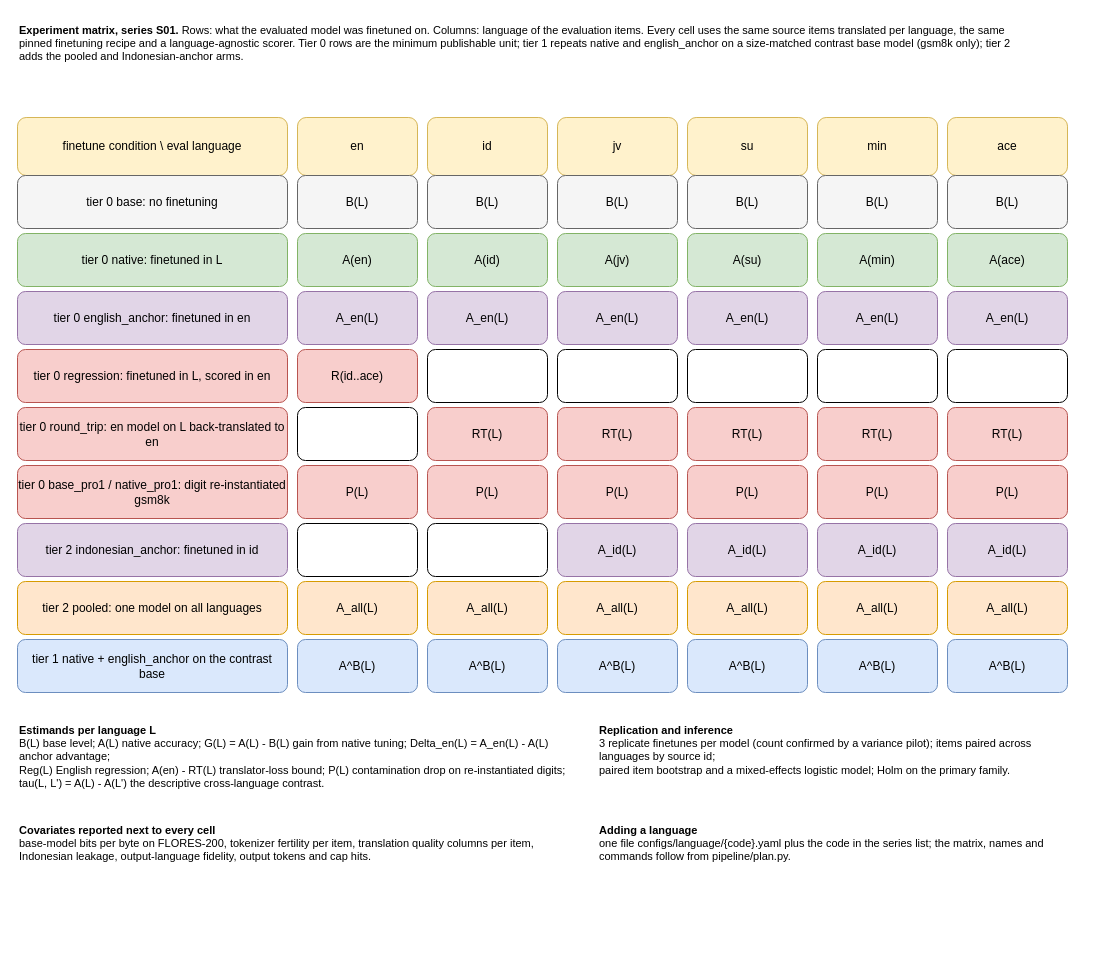
Before: docs/diagrams/language_medium_design.drawio in sanggusti/qc_native_preference_tuning, a draw.io diagram. Source tidied: cells renumbered, new cells numbered last; positions are measured from the earlier drawing's top-left corner, leaving out a move shared by most shapes. Both pictures are drawn from the tidied source at 100%, with x=0, y=0 at pixel (17, 17).
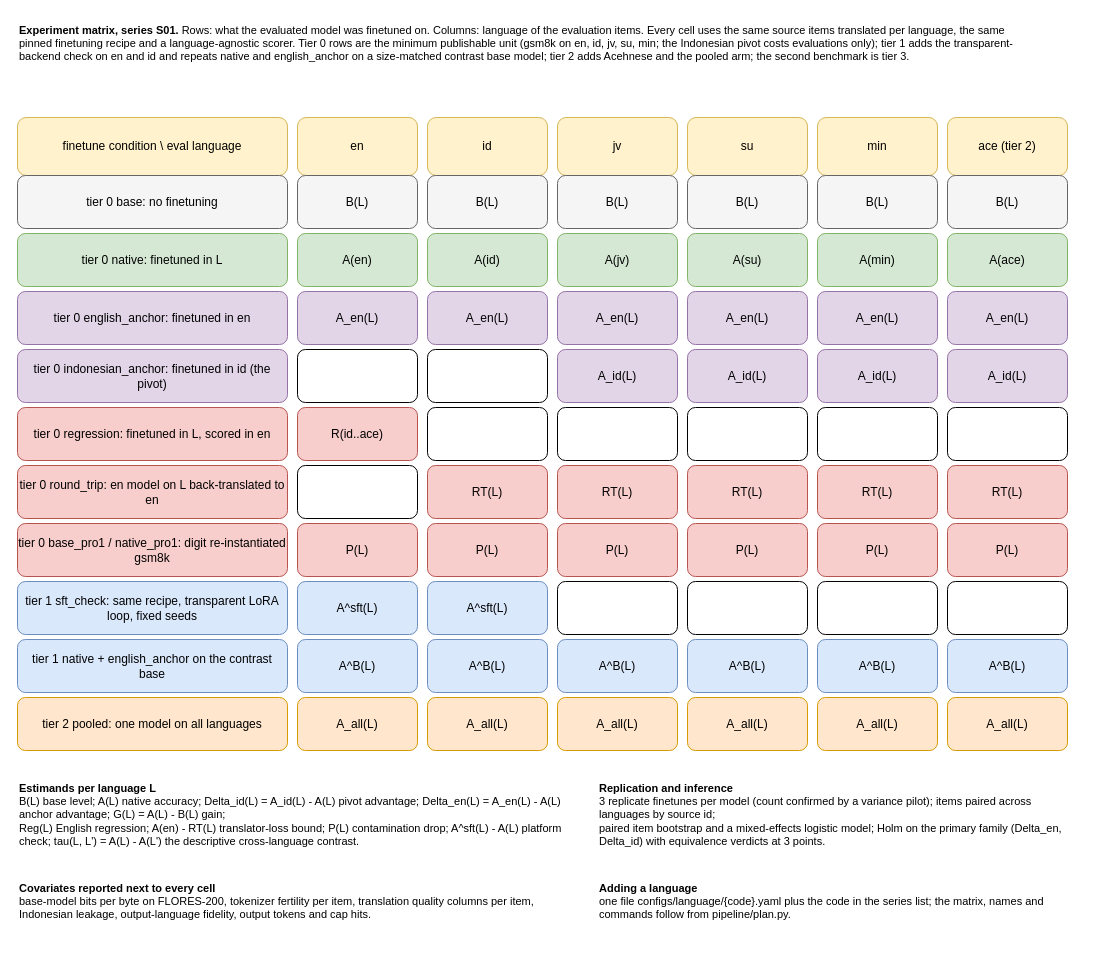
Above is the later version.

Diff of the diagram source:
```diff
@@
-    <mxCell id="2" value="&lt;b&gt;Experiment matrix, series S01.&lt;/b&gt; Rows: what the evaluated model was finetuned on. Columns: language of the evaluation items. Every cell uses the same source items translated per language, the same pinned finetuning recipe and a language-agnostic scorer. Tier 0 rows are the minimum publishable unit; tier 1 repeats native and english_anchor on a size-matched contrast base model (gsm8k only); tier 2 adds the pooled and Indonesian-anchor arms." style="text;html=1;whiteSpace=wrap;align=left;verticalAlign=top;fontSize=11;" parent="1" vertex="1">
+    <mxCell id="2" value="&lt;b&gt;Experiment matrix, series S01.&lt;/b&gt; Rows: what the evaluated model was finetuned on. Columns: language of the evaluation items. Every cell uses the same source items translated per language, the same pinned finetuning recipe and a language-agnostic scorer. Tier 0 rows are the minimum publishable unit (gsm8k on en, id, jv, su, min; the Indonesian pivot costs evaluations only); tier 1 adds the transparent-backend check on en and id and repeats native and english_anchor on a size-matched contrast base model; tier 2 adds Acehnese and the pooled arm; the second benchmark is tier 3." style="text;html=1;whiteSpace=wrap;align=left;verticalAlign=top;fontSize=11;" parent="1" vertex="1">
       <mxGeometry width="1000" height="80" as="geometry" />
     </mxCell>
@@
-    <mxCell id="9" value="ace" style="rounded=1;whiteSpace=wrap;html=1;fontSize=12;fillColor=#fff2cc;strokeColor=#d6b656;" parent="1" vertex="1">
+    <mxCell id="9" value="ace (tier 2)" style="rounded=1;whiteSpace=wrap;html=1;fontSize=12;fillColor=#fff2cc;strokeColor=#d6b656;" parent="1" vertex="1">
       <mxGeometry x="930" y="100" width="120" height="58" as="geometry" />
     </mxCell>
@@
-    <mxCell id="31" value="tier 0  regression: finetuned in L, scored in en" style="rounded=1;whiteSpace=wrap;html=1;fontSize=12;fillColor=#f8cecc;strokeColor=#b85450;" parent="1" vertex="1">
+    <mxCell id="31" value="tier 0  indonesian_anchor: finetuned in id (the pivot)" style="rounded=1;whiteSpace=wrap;html=1;fontSize=12;fillColor=#e1d5e7;strokeColor=#9673a6;" parent="1" vertex="1">
       <mxGeometry y="332" width="270" height="53" as="geometry" />
     </mxCell>
-    <mxCell id="32" value="R(id..ace)" style="rounded=1;whiteSpace=wrap;html=1;fontSize=12;fillColor=#f8cecc;strokeColor=#b85450;" parent="1" vertex="1">
+    <mxCell id="32" style="rounded=1;whiteSpace=wrap;html=1;fontSize=12;fillColor=#ffffff;strokeColor=#000000;" parent="1" vertex="1">
       <mxGeometry x="280" y="332" width="120" height="53" as="geometry" />
     </mxCell>
@@
-    <mxCell id="34" style="rounded=1;whiteSpace=wrap;html=1;fontSize=12;fillColor=#ffffff;strokeColor=#000000;" parent="1" vertex="1">
+    <mxCell id="34" value="A_id(L)" style="rounded=1;whiteSpace=wrap;html=1;fontSize=12;fillColor=#e1d5e7;strokeColor=#9673a6;" parent="1" vertex="1">
       <mxGeometry x="540" y="332" width="120" height="53" as="geometry" />
     </mxCell>
-    <mxCell id="35" style="rounded=1;whiteSpace=wrap;html=1;fontSize=12;fillColor=#ffffff;strokeColor=#000000;" parent="1" vertex="1">
+    <mxCell id="35" value="A_id(L)" style="rounded=1;whiteSpace=wrap;html=1;fontSize=12;fillColor=#e1d5e7;strokeColor=#9673a6;" parent="1" vertex="1">
       <mxGeometry x="670" y="332" width="120" height="53" as="geometry" />
     </mxCell>
-    <mxCell id="36" style="rounded=1;whiteSpace=wrap;html=1;fontSize=12;fillColor=#ffffff;strokeColor=#000000;" parent="1" vertex="1">
+    <mxCell id="36" value="A_id(L)" style="rounded=1;whiteSpace=wrap;html=1;fontSize=12;fillColor=#e1d5e7;strokeColor=#9673a6;" parent="1" vertex="1">
       <mxGeometry x="800" y="332" width="120" height="53" as="geometry" />
     </mxCell>
-    <mxCell id="37" style="rounded=1;whiteSpace=wrap;html=1;fontSize=12;fillColor=#ffffff;strokeColor=#000000;" parent="1" vertex="1">
+    <mxCell id="37" value="A_id(L)" style="rounded=1;whiteSpace=wrap;html=1;fontSize=12;fillColor=#e1d5e7;strokeColor=#9673a6;" parent="1" vertex="1">
       <mxGeometry x="930" y="332" width="120" height="53" as="geometry" />
     </mxCell>
-    <mxCell id="38" value="tier 0  round_trip: en model on L back-translated to en" style="rounded=1;whiteSpace=wrap;html=1;fontSize=12;fillColor=#f8cecc;strokeColor=#b85450;" parent="1" vertex="1">
+    <mxCell id="38" value="tier 0  regression: finetuned in L, scored in en" style="rounded=1;whiteSpace=wrap;html=1;fontSize=12;fillColor=#f8cecc;strokeColor=#b85450;" parent="1" vertex="1">
       <mxGeometry y="390" width="270" height="53" as="geometry" />
     </mxCell>
-    <mxCell id="39" style="rounded=1;whiteSpace=wrap;html=1;fontSize=12;fillColor=#ffffff;strokeColor=#000000;" parent="1" vertex="1">
+    <mxCell id="39" value="R(id..ace)" style="rounded=1;whiteSpace=wrap;html=1;fontSize=12;fillColor=#f8cecc;strokeColor=#b85450;" parent="1" vertex="1">
       <mxGeometry x="280" y="390" width="120" height="53" as="geometry" />
     </mxCell>
-    <mxCell id="40" value="RT(L)" style="rounded=1;whiteSpace=wrap;html=1;fontSize=12;fillColor=#f8cecc;strokeColor=#b85450;" parent="1" vertex="1">
+    <mxCell id="40" style="rounded=1;whiteSpace=wrap;html=1;fontSize=12;fillColor=#ffffff;strokeColor=#000000;" parent="1" vertex="1">
       <mxGeometry x="410" y="390" width="120" height="53" as="geometry" />
     </mxCell>
-    <mxCell id="41" value="RT(L)" style="rounded=1;whiteSpace=wrap;html=1;fontSize=12;fillColor=#f8cecc;strokeColor=#b85450;" parent="1" vertex="1">
+    <mxCell id="41" style="rounded=1;whiteSpace=wrap;html=1;fontSize=12;fillColor=#ffffff;strokeColor=#000000;" parent="1" vertex="1">
       <mxGeometry x="540" y="390" width="120" height="53" as="geometry" />
     </mxCell>
-    <mxCell id="42" value="RT(L)" style="rounded=1;whiteSpace=wrap;html=1;fontSize=12;fillColor=#f8cecc;strokeColor=#b85450;" parent="1" vertex="1">
+    <mxCell id="42" style="rounded=1;whiteSpace=wrap;html=1;fontSize=12;fillColor=#ffffff;strokeColor=#000000;" parent="1" vertex="1">
       <mxGeometry x="670" y="390" width="120" height="53" as="geometry" />
     </mxCell>
-    <mxCell id="43" value="RT(L)" style="rounded=1;whiteSpace=wrap;html=1;fontSize=12;fillColor=#f8cecc;strokeColor=#b85450;" parent="1" vertex="1">
+    <mxCell id="43" style="rounded=1;whiteSpace=wrap;html=1;fontSize=12;fillColor=#ffffff;strokeColor=#000000;" parent="1" vertex="1">
       <mxGeometry x="800" y="390" width="120" height="53" as="geometry" />
     </mxCell>
-    <mxCell id="44" value="RT(L)" style="rounded=1;whiteSpace=wrap;html=1;fontSize=12;fillColor=#f8cecc;strokeColor=#b85450;" parent="1" vertex="1">
+    <mxCell id="44" style="rounded=1;whiteSpace=wrap;html=1;fontSize=12;fillColor=#ffffff;strokeColor=#000000;" parent="1" vertex="1">
       <mxGeometry x="930" y="390" width="120" height="53" as="geometry" />
     </mxCell>
-    <mxCell id="45" value="tier 0  base_pro1 / native_pro1: digit re-instantiated gsm8k" style="rounded=1;whiteSpace=wrap;html=1;fontSize=12;fillColor=#f8cecc;strokeColor=#b85450;" parent="1" vertex="1">
+    <mxCell id="45" value="tier 0  round_trip: en model on L back-translated to en" style="rounded=1;whiteSpace=wrap;html=1;fontSize=12;fillColor=#f8cecc;strokeColor=#b85450;" parent="1" vertex="1">
       <mxGeometry y="448" width="270" height="53" as="geometry" />
     </mxCell>
-    <mxCell id="46" value="P(L)" style="rounded=1;whiteSpace=wrap;html=1;fontSize=12;fillColor=#f8cecc;strokeColor=#b85450;" parent="1" vertex="1">
+    <mxCell id="46" style="rounded=1;whiteSpace=wrap;html=1;fontSize=12;fillColor=#ffffff;strokeColor=#000000;" parent="1" vertex="1">
       <mxGeometry x="280" y="448" width="120" height="53" as="geometry" />
     </mxCell>
-    <mxCell id="47" value="P(L)" style="rounded=1;whiteSpace=wrap;html=1;fontSize=12;fillColor=#f8cecc;strokeColor=#b85450;" parent="1" vertex="1">
+    <mxCell id="47" value="RT(L)" style="rounded=1;whiteSpace=wrap;html=1;fontSize=12;fillColor=#f8cecc;strokeColor=#b85450;" parent="1" vertex="1">
       <mxGeometry x="410" y="448" width="120" height="53" as="geometry" />
     </mxCell>
-    <mxCell id="48" value="P(L)" style="rounded=1;whiteSpace=wrap;html=1;fontSize=12;fillColor=#f8cecc;strokeColor=#b85450;" parent="1" vertex="1">
+    <mxCell id="48" value="RT(L)" style="rounded=1;whiteSpace=wrap;html=1;fontSize=12;fillColor=#f8cecc;strokeColor=#b85450;" parent="1" vertex="1">
       <mxGeometry x="540" y="448" width="120" height="53" as="geometry" />
     </mxCell>
-    <mxCell id="49" value="P(L)" style="rounded=1;whiteSpace=wrap;html=1;fontSize=12;fillColor=#f8cecc;strokeColor=#b85450;" parent="1" vertex="1">
+    <mxCell id="49" value="RT(L)" style="rounded=1;whiteSpace=wrap;html=1;fontSize=12;fillColor=#f8cecc;strokeColor=#b85450;" parent="1" vertex="1">
       <mxGeometry x="670" y="448" width="120" height="53" as="geometry" />
     </mxCell>
-    <mxCell id="50" value="P(L)" style="rounded=1;whiteSpace=wrap;html=1;fontSize=12;fillColor=#f8cecc;strokeColor=#b85450;" parent="1" vertex="1">
+    <mxCell id="50" value="RT(L)" style="rounded=1;whiteSpace=wrap;html=1;fontSize=12;fillColor=#f8cecc;strokeColor=#b85450;" parent="1" vertex="1">
       <mxGeometry x="800" y="448" width="120" height="53" as="geometry" />
     </mxCell>
-    <mxCell id="51" value="P(L)" style="rounded=1;whiteSpace=wrap;html=1;fontSize=12;fillColor=#f8cecc;strokeColor=#b85450;" parent="1" vertex="1">
+    <mxCell id="51" value="RT(L)" style="rounded=1;whiteSpace=wrap;html=1;fontSize=12;fillColor=#f8cecc;strokeColor=#b85450;" parent="1" vertex="1">
       <mxGeometry x="930" y="448" width="120" height="53" as="geometry" />
     </mxCell>
-    <mxCell id="52" value="tier 2  indonesian_anchor: finetuned in id" style="rounded=1;whiteSpace=wrap;html=1;fontSize=12;fillColor=#e1d5e7;strokeColor=#9673a6;" parent="1" vertex="1">
+    <mxCell id="52" value="tier 0  base_pro1 / native_pro1: digit re-instantiated gsm8k" style="rounded=1;whiteSpace=wrap;html=1;fontSize=12;fillColor=#f8cecc;strokeColor=#b85450;" parent="1" vertex="1">
       <mxGeometry y="506" width="270" height="53" as="geometry" />
     </mxCell>
-    <mxCell id="53" style="rounded=1;whiteSpace=wrap;html=1;fontSize=12;fillColor=#ffffff;strokeColor=#000000;" parent="1" vertex="1">
+    <mxCell id="53" value="P(L)" style="rounded=1;whiteSpace=wrap;html=1;fontSize=12;fillColor=#f8cecc;strokeColor=#b85450;" parent="1" vertex="1">
       <mxGeometry x="280" y="506" width="120" height="53" as="geometry" />
     </mxCell>
-    <mxCell id="54" style="rounded=1;whiteSpace=wrap;html=1;fontSize=12;fillColor=#ffffff;strokeColor=#000000;" parent="1" vertex="1">
+    <mxCell id="54" value="P(L)" style="rounded=1;whiteSpace=wrap;html=1;fontSize=12;fillColor=#f8cecc;strokeColor=#b85450;" parent="1" vertex="1">
       <mxGeometry x="410" y="506" width="120" height="53" as="geometry" />
     </mxCell>
-    <mxCell id="55" value="A_id(L)" style="rounded=1;whiteSpace=wrap;html=1;fontSize=12;fillColor=#e1d5e7;strokeColor=#9673a6;" parent="1" vertex="1">
+    <mxCell id="55" value="P(L)" style="rounded=1;whiteSpace=wrap;html=1;fontSize=12;fillColor=#f8cecc;strokeColor=#b85450;" parent="1" vertex="1">
       <mxGeometry x="540" y="506" width="120" height="53" as="geometry" />
     </mxCell>
-    <mxCell id="56" value="A_id(L)" style="rounded=1;whiteSpace=wrap;html=1;fontSize=12;fillColor=#e1d5e7;strokeColor=#9673a6;" parent="1" vertex="1">
+    <mxCell id="56" value="P(L)" style="rounded=1;whiteSpace=wrap;html=1;fontSize=12;fillColor=#f8cecc;strokeColor=#b85450;" parent="1" vertex="1">
       <mxGeometry x="670" y="506" width="120" height="53" as="geometry" />
     </mxCell>
-    <mxCell id="57" value="A_id(L)" style="rounded=1;whiteSpace=wrap;html=1;fontSize=12;fillColor=#e1d5e7;strokeColor=#9673a6;" parent="1" vertex="1">
+    <mxCell id="57" value="P(L)" style="rounded=1;whiteSpace=wrap;html=1;fontSize=12;fillColor=#f8cecc;strokeColor=#b85450;" parent="1" vertex="1">
       <mxGeometry x="800" y="506" width="120" height="53" as="geometry" />
     </mxCell>
-    <mxCell id="58" value="A_id(L)" style="rounded=1;whiteSpace=wrap;html=1;fontSize=12;fillColor=#e1d5e7;strokeColor=#9673a6;" parent="1" vertex="1">
+    <mxCell id="58" value="P(L)" style="rounded=1;whiteSpace=wrap;html=1;fontSize=12;fillColor=#f8cecc;strokeColor=#b85450;" parent="1" vertex="1">
       <mxGeometry x="930" y="506" width="120" height="53" as="geometry" />
     </mxCell>
-    <mxCell id="59" value="tier 2  pooled: one model on all languages" style="rounded=1;whiteSpace=wrap;html=1;fontSize=12;fillColor=#ffe6cc;strokeColor=#d79b00;" parent="1" vertex="1">
+    <mxCell id="59" value="tier 1  sft_check: same recipe, transparent LoRA loop, fixed seeds" style="rounded=1;whiteSpace=wrap;html=1;fontSize=12;fillColor=#dae8fc;strokeColor=#6c8ebf;" parent="1" vertex="1">
       <mxGeometry y="564" width="270" height="53" as="geometry" />
     </mxCell>
-    <mxCell id="60" value="A_all(L)" style="rounded=1;whiteSpace=wrap;html=1;fontSize=12;fillColor=#ffe6cc;strokeColor=#d79b00;" parent="1" vertex="1">
+    <mxCell id="60" value="A^sft(L)" style="rounded=1;whiteSpace=wrap;html=1;fontSize=12;fillColor=#dae8fc;strokeColor=#6c8ebf;" parent="1" vertex="1">
       <mxGeometry x="280" y="564" width="120" height="53" as="geometry" />
     </mxCell>
-    <mxCell id="61" value="A_all(L)" style="rounded=1;whiteSpace=wrap;html=1;fontSize=12;fillColor=#ffe6cc;strokeColor=#d79b00;" parent="1" vertex="1">
+    <mxCell id="61" value="A^sft(L)" style="rounded=1;whiteSpace=wrap;html=1;fontSize=12;fillColor=#dae8fc;strokeColor=#6c8ebf;" parent="1" vertex="1">
       <mxGeometry x="410" y="564" width="120" height="53" as="geometry" />
     </mxCell>
-    <mxCell id="62" value="A_all(L)" style="rounded=1;whiteSpace=wrap;html=1;fontSize=12;fillColor=#ffe6cc;strokeColor=#d79b00;" parent="1" vertex="1">
+    <mxCell id="62" style="rounded=1;whiteSpace=wrap;html=1;fontSize=12;fillColor=#ffffff;strokeColor=#000000;" parent="1" vertex="1">
       <mxGeometry x="540" y="564" width="120" height="53" as="geometry" />
     </mxCell>
-    <mxCell id="63" value="A_all(L)" style="rounded=1;whiteSpace=wrap;html=1;fontSize=12;fillColor=#ffe6cc;strokeColor=#d79b00;" parent="1" vertex="1">
+    <mxCell id="63" style="rounded=1;whiteSpace=wrap;html=1;fontSize=12;fillColor=#ffffff;strokeColor=#000000;" parent="1" vertex="1">
       <mxGeometry x="670" y="564" width="120" height="53" as="geometry" />
     </mxCell>
-    <mxCell id="64" value="A_all(L)" style="rounded=1;whiteSpace=wrap;html=1;fontSize=12;fillColor=#ffe6cc;strokeColor=#d79b00;" parent="1" vertex="1">
+    <mxCell id="64" style="rounded=1;whiteSpace=wrap;html=1;fontSize=12;fillColor=#ffffff;strokeColor=#000000;" parent="1" vertex="1">
       <mxGeometry x="800" y="564" width="120" height="53" as="geometry" />
     </mxCell>
-    <mxCell id="65" value="A_all(L)" style="rounded=1;whiteSpace=wrap;html=1;fontSize=12;fillColor=#ffe6cc;strokeColor=#d79b00;" parent="1" vertex="1">
+    <mxCell id="65" style="rounded=1;whiteSpace=wrap;html=1;fontSize=12;fillColor=#ffffff;strokeColor=#000000;" parent="1" vertex="1">
       <mxGeometry x="930" y="564" width="120" height="53" as="geometry" />
     </mxCell>
@@
-    <mxCell id="73" value="&lt;b&gt;Estimands per language L&lt;/b&gt;&lt;br&gt;B(L) base level; A(L) native accuracy; G(L) = A(L) - B(L) gain from native tuning; Delta_en(L) = A_en(L) - A(L) anchor advantage;&lt;br&gt;Reg(L) English regression; A(en) - RT(L) translator-loss bound; P(L) contamination drop on re-instantiated digits; tau(L, L') = A(L) - A(L') the descriptive cross-language contrast." style="text;html=1;whiteSpace=wrap;align=left;verticalAlign=top;fontSize=11;" parent="1" vertex="1">
-      <mxGeometry y="700" width="560" height="90" as="geometry" />
+    <mxCell id="73" value="tier 2  pooled: one model on all languages" style="rounded=1;whiteSpace=wrap;html=1;fontSize=12;fillColor=#ffe6cc;strokeColor=#d79b00;" parent="1" vertex="1">
+      <mxGeometry y="680" width="270" height="53" as="geometry" />
     </mxCell>
-    <mxCell id="74" value="&lt;b&gt;Replication and inference&lt;/b&gt;&lt;br&gt;3 replicate finetunes per model (count confirmed by a variance pilot); items paired across languages by source id;&lt;br&gt;paired item bootstrap and a mixed-effects logistic model; Holm on the primary family." style="text;html=1;whiteSpace=wrap;align=left;verticalAlign=top;fontSize=11;" parent="1" vertex="1">
-      <mxGeometry x="580" y="700" width="480" height="90" as="geometry" />
+    <mxCell id="74" value="A_all(L)" style="rounded=1;whiteSpace=wrap;html=1;fontSize=12;fillColor=#ffe6cc;strokeColor=#d79b00;" parent="1" vertex="1">
+      <mxGeometry x="280" y="680" width="120" height="53" as="geometry" />
     </mxCell>
-    <mxCell id="75" value="&lt;b&gt;Covariates reported next to every cell&lt;/b&gt;&lt;br&gt;base-model bits per byte on FLORES-200, tokenizer fertility per item, translation quality columns per item, Indonesian leakage, output-language fidelity, output tokens and cap hits." style="text;html=1;whiteSpace=wrap;align=left;verticalAlign=top;fontSize=11;" parent="1" vertex="1">
-      <mxGeometry y="800" width="560" height="80" as="geometry" />
+    <mxCell id="75" value="A_all(L)" style="rounded=1;whiteSpace=wrap;html=1;fontSize=12;fillColor=#ffe6cc;strokeColor=#d79b00;" parent="1" vertex="1">
+      <mxGeometry x="410" y="680" width="120" height="53" as="geometry" />
     </mxCell>
-    <mxCell id="76" value="&lt;b&gt;Adding a language&lt;/b&gt;&lt;br&gt;one file configs/language/{code}.yaml plus the code in the series list; the matrix, names and commands follow from pipeline/plan.py." style="text;html=1;whiteSpace=wrap;align=left;verticalAlign=top;fontSize=11;" parent="1" vertex="1">
-      <mxGeometry x="580" y="800" width="480" height="80" as="geometry" />
+    <mxCell id="76" value="A_all(L)" style="rounded=1;whiteSpace=wrap;html=1;fontSize=12;fillColor=#ffe6cc;strokeColor=#d79b00;" parent="1" vertex="1">
+      <mxGeometry x="540" y="680" width="120" height="53" as="geometry" />
     </mxCell>
+    <mxCell id="77" value="A_all(L)" style="rounded=1;whiteSpace=wrap;html=1;fontSize=12;fillColor=#ffe6cc;strokeColor=#d79b00;" parent="1" vertex="1">
+      <mxGeometry x="670" y="680" width="120" height="53" as="geometry" />
+    </mxCell>
+    <mxCell id="78" value="A_all(L)" style="rounded=1;whiteSpace=wrap;html=1;fontSize=12;fillColor=#ffe6cc;strokeColor=#d79b00;" parent="1" vertex="1">
+      <mxGeometry x="800" y="680" width="120" height="53" as="geometry" />
+    </mxCell>
+    <mxCell id="79" value="A_all(L)" style="rounded=1;whiteSpace=wrap;html=1;fontSize=12;fillColor=#ffe6cc;strokeColor=#d79b00;" parent="1" vertex="1">
+      <mxGeometry x="930" y="680" width="120" height="53" as="geometry" />
+    </mxCell>
+    <mxCell id="80" value="&lt;b&gt;Estimands per language L&lt;/b&gt;&lt;br&gt;B(L) base level; A(L) native accuracy; Delta_id(L) = A_id(L) - A(L) pivot advantage; Delta_en(L) = A_en(L) - A(L) anchor advantage; G(L) = A(L) - B(L) gain;&lt;br&gt;Reg(L) English regression; A(en) - RT(L) translator-loss bound; P(L) contamination drop; A^sft(L) - A(L) platform check; tau(L, L') = A(L) - A(L') the descriptive cross-language contrast." style="text;html=1;whiteSpace=wrap;align=left;verticalAlign=top;fontSize=11;" parent="1" vertex="1">
+      <mxGeometry y="758" width="560" height="90" as="geometry" />
+    </mxCell>
+    <mxCell id="81" value="&lt;b&gt;Replication and inference&lt;/b&gt;&lt;br&gt;3 replicate finetunes per model (count confirmed by a variance pilot); items paired across languages by source id;&lt;br&gt;paired item bootstrap and a mixed-effects logistic model; Holm on the primary family (Delta_en, Delta_id) with equivalence verdicts at 3 points." style="text;html=1;whiteSpace=wrap;align=left;verticalAlign=top;fontSize=11;" parent="1" vertex="1">
+      <mxGeometry x="580" y="758" width="480" height="90" as="geometry" />
+    </mxCell>
+    <mxCell id="82" value="&lt;b&gt;Covariates reported next to every cell&lt;/b&gt;&lt;br&gt;base-model bits per byte on FLORES-200, tokenizer fertility per item, translation quality columns per item, Indonesian leakage, output-language fidelity, output tokens and cap hits." style="text;html=1;whiteSpace=wrap;align=left;verticalAlign=top;fontSize=11;" parent="1" vertex="1">
+      <mxGeometry y="858" width="560" height="80" as="geometry" />
+    </mxCell>
+    <mxCell id="83" value="&lt;b&gt;Adding a language&lt;/b&gt;&lt;br&gt;one file configs/language/{code}.yaml plus the code in the series list; the matrix, names and commands follow from pipeline/plan.py." style="text;html=1;whiteSpace=wrap;align=left;verticalAlign=top;fontSize=11;" parent="1" vertex="1">
+      <mxGeometry x="580" y="858" width="480" height="80" as="geometry" />
+    </mxCell>
```
